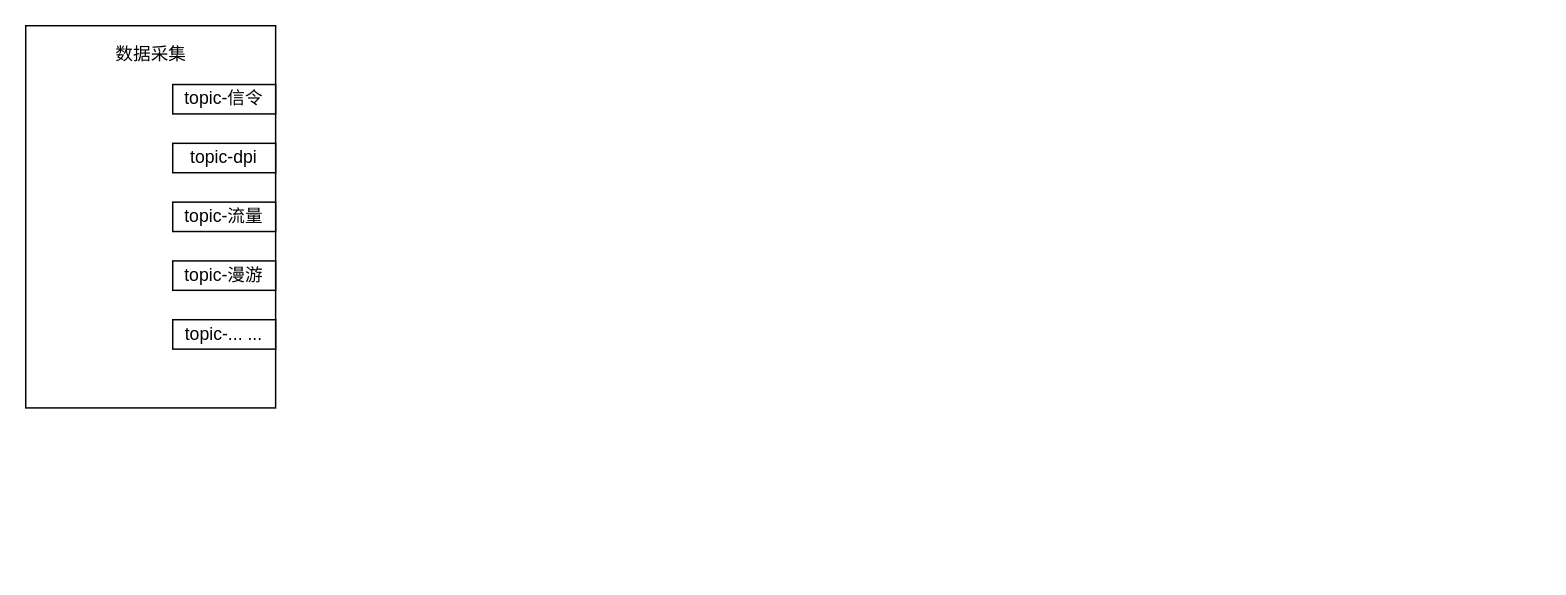
This is 事件中心.drawio from fengjj/webmarket0.1, a draw.io file, before an edit. Source tidied: cells renumbered, new cells numbered last; positions are measured from the earlier drawing's top-left corner, leaving out a move shared by most shapes. Both pictures are drawn from the tidied source at 147%, with x=0, y=0 at pixel (25, 25).
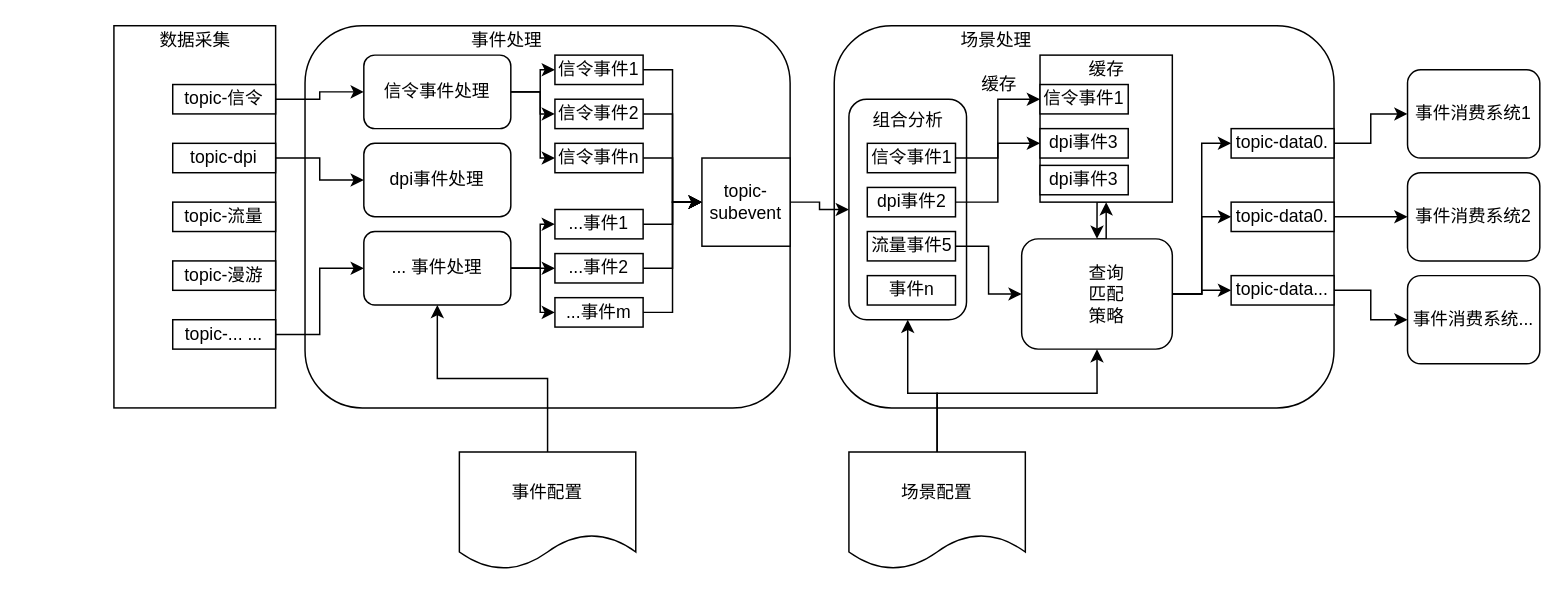
After the change.

The change refers to these unchanged cells:
```xml
<mxCell id="4" value="topic-信令" style="rounded=0;whiteSpace=wrap;html=1;" parent="1" vertex="1">
  <mxGeometry x="100" y="40" width="70" height="20" as="geometry" />
</mxCell>
<mxCell id="5" value="topic-dpi" style="rounded=0;whiteSpace=wrap;html=1;" parent="1" vertex="1">
  <mxGeometry x="100" y="80" width="70" height="20" as="geometry" />
</mxCell>
<mxCell id="8" value="topic-... ..." style="rounded=0;whiteSpace=wrap;html=1;" parent="1" vertex="1">
  <mxGeometry x="100" y="200" width="70" height="20" as="geometry" />
</mxCell>
```

What changed in the source:
```diff
@@
+    <mxCell id="9" style="rounded=1;whiteSpace=wrap;html=1;" parent="1" vertex="1">
+      <mxGeometry x="550" width="340" height="260" as="geometry" />
+    </mxCell>
+    <mxCell id="10" style="rounded=1;whiteSpace=wrap;html=1;" parent="1" vertex="1">
+      <mxGeometry x="190" width="330" height="260" as="geometry" />
+    </mxCell>
     <mxCell id="2" style="rounded=0;whiteSpace=wrap;html=1;" parent="1" vertex="1">
-      <mxGeometry width="170" height="260" as="geometry" />
+      <mxGeometry x="60" width="110" height="260" as="geometry" />
     </mxCell>
     <mxCell id="3" value="数据采集" style="text;html=1;strokeColor=none;fillColor=none;align=center;verticalAlign=middle;whiteSpace=wrap;rounded=0;" parent="1" vertex="1">
-      <mxGeometry x="57.5" y="10" width="55" height="20" as="geometry" />
+      <mxGeometry x="87.5" width="55" height="20" as="geometry" />
     </mxCell>
+    <mxCell id="11" style="edgeStyle=orthogonalEdgeStyle;rounded=0;jettySize=auto;html=1;exitX=1;exitY=0.5;exitDx=0;exitDy=0;entryX=0;entryY=0.5;entryDx=0;entryDy=0;" parent="1" edge="1" source="4" target="27">
+      <mxGeometry relative="1" as="geometry" />
+    </mxCell>
@@
+    <mxCell id="12" style="edgeStyle=orthogonalEdgeStyle;rounded=0;jettySize=auto;html=1;exitX=1;exitY=0.5;exitDx=0;exitDy=0;" parent="1" edge="1" source="5" target="28">
+      <mxGeometry relative="1" as="geometry" />
+    </mxCell>
@@
+    <mxCell id="13" style="edgeStyle=orthogonalEdgeStyle;rounded=0;jettySize=auto;html=1;exitX=1;exitY=0.5;exitDx=0;exitDy=0;entryX=0;entryY=0.5;entryDx=0;entryDy=0;" parent="1" edge="1" source="8" target="32">
+      <mxGeometry relative="1" as="geometry" />
+    </mxCell>
@@
+    <mxCell id="14" value="事件处理" style="text;html=1;strokeColor=none;fillColor=none;align=center;verticalAlign=middle;whiteSpace=wrap;rounded=0;" parent="1" vertex="1">
+      <mxGeometry x="300" width="55" height="20" as="geometry" />
+    </mxCell>
+    <mxCell id="15" value="事件消费系统1" style="rounded=1;whiteSpace=wrap;html=1;" parent="1" vertex="1">
+      <mxGeometry x="940" y="30" width="90" height="60" as="geometry" />
+    </mxCell>
+    <mxCell id="16" style="edgeStyle=orthogonalEdgeStyle;rounded=0;jettySize=auto;html=1;exitX=1;exitY=0.5;exitDx=0;exitDy=0;" parent="1" edge="1" source="17" target="15">
+      <mxGeometry relative="1" as="geometry" />
+    </mxCell>
+    <mxCell id="17" value="topic-data0." style="rounded=0;whiteSpace=wrap;html=1;" parent="1" vertex="1">
+      <mxGeometry x="820" y="70" width="70" height="20" as="geometry" />
+    </mxCell>
+    <mxCell id="18" style="edgeStyle=orthogonalEdgeStyle;rounded=0;jettySize=auto;html=1;exitX=1;exitY=0.5;exitDx=0;exitDy=0;entryX=0;entryY=0.5;entryDx=0;entryDy=0;" parent="1" edge="1" source="19" target="22">
+      <mxGeometry relative="1" as="geometry" />
+    </mxCell>
+    <mxCell id="19" value="topic-data0." style="rounded=0;whiteSpace=wrap;html=1;" parent="1" vertex="1">
+      <mxGeometry x="820" y="120" width="70" height="20" as="geometry" />
+    </mxCell>
+    <mxCell id="20" style="edgeStyle=orthogonalEdgeStyle;rounded=0;jettySize=auto;html=1;exitX=1;exitY=0.5;exitDx=0;exitDy=0;entryX=0;entryY=0.5;entryDx=0;entryDy=0;" parent="1" edge="1" source="21" target="23">
+      <mxGeometry relative="1" as="geometry" />
+    </mxCell>
+    <mxCell id="21" value="topic-data..." style="rounded=0;whiteSpace=wrap;html=1;" parent="1" vertex="1">
+      <mxGeometry x="820" y="170" width="70" height="20" as="geometry" />
+    </mxCell>
+    <mxCell id="22" value="事件消费系统2" style="rounded=1;whiteSpace=wrap;html=1;" parent="1" vertex="1">
+      <mxGeometry x="940" y="100" width="90" height="60" as="geometry" />
+    </mxCell>
+    <mxCell id="23" value="事件消费系统..." style="rounded=1;whiteSpace=wrap;html=1;" parent="1" vertex="1">
+      <mxGeometry x="940" y="170" width="90" height="60" as="geometry" />
+    </mxCell>
+    <mxCell id="24" style="edgeStyle=orthogonalEdgeStyle;rounded=0;jettySize=auto;html=1;exitX=1;exitY=0.5;exitDx=0;exitDy=0;" parent="1" edge="1" source="27" target="34">
+      <mxGeometry relative="1" as="geometry" />
+    </mxCell>
+    <mxCell id="25" style="edgeStyle=orthogonalEdgeStyle;rounded=0;jettySize=auto;html=1;exitX=1;exitY=0.5;exitDx=0;exitDy=0;" parent="1" edge="1" source="27" target="36">
+      <mxGeometry relative="1" as="geometry" />
+    </mxCell>
+    <mxCell id="26" style="edgeStyle=orthogonalEdgeStyle;rounded=0;jettySize=auto;html=1;exitX=1;exitY=0.5;exitDx=0;exitDy=0;entryX=0;entryY=0.5;entryDx=0;entryDy=0;" parent="1" edge="1" source="27" target="38">
+      <mxGeometry relative="1" as="geometry" />
+    </mxCell>
+    <mxCell id="27" value="信令事件处理" style="rounded=1;whiteSpace=wrap;html=1;" parent="1" vertex="1">
+      <mxGeometry x="230" y="20" width="100" height="50" as="geometry" />
+    </mxCell>
+    <mxCell id="28" value="dpi事件处理" style="rounded=1;whiteSpace=wrap;html=1;" parent="1" vertex="1">
+      <mxGeometry x="230" y="80" width="100" height="50" as="geometry" />
+    </mxCell>
+    <mxCell id="29" style="edgeStyle=orthogonalEdgeStyle;rounded=0;jettySize=auto;html=1;exitX=1;exitY=0.5;exitDx=0;exitDy=0;entryX=0;entryY=0.5;entryDx=0;entryDy=0;" parent="1" edge="1" source="32" target="42">
+      <mxGeometry relative="1" as="geometry" />
+    </mxCell>
+    <mxCell id="30" style="edgeStyle=orthogonalEdgeStyle;rounded=0;jettySize=auto;html=1;exitX=1;exitY=0.5;exitDx=0;exitDy=0;" parent="1" edge="1" source="32">
+      <mxGeometry relative="1" as="geometry">
+        <mxPoint x="360" y="165" as="targetPoint" />
+      </mxGeometry>
+    </mxCell>
+    <mxCell id="31" style="edgeStyle=orthogonalEdgeStyle;rounded=0;jettySize=auto;html=1;exitX=1;exitY=0.5;exitDx=0;exitDy=0;entryX=0;entryY=0.5;entryDx=0;entryDy=0;" parent="1" edge="1" source="32" target="46">
+      <mxGeometry relative="1" as="geometry" />
+    </mxCell>
+    <mxCell id="32" value="... 事件处理" style="rounded=1;whiteSpace=wrap;html=1;" parent="1" vertex="1">
+      <mxGeometry x="230" y="140" width="100" height="50" as="geometry" />
+    </mxCell>
+    <mxCell id="33" style="edgeStyle=orthogonalEdgeStyle;rounded=0;jettySize=auto;html=1;exitX=1;exitY=0.5;exitDx=0;exitDy=0;entryX=0;entryY=0.5;entryDx=0;entryDy=0;" parent="1" edge="1" source="34" target="40">
+      <mxGeometry relative="1" as="geometry" />
+    </mxCell>
+    <mxCell id="34" value="信令事件1" style="rounded=0;whiteSpace=wrap;html=1;" parent="1" vertex="1">
+      <mxGeometry x="360" y="20" width="60" height="20" as="geometry" />
+    </mxCell>
+    <mxCell id="35" style="edgeStyle=orthogonalEdgeStyle;rounded=0;jettySize=auto;html=1;exitX=1;exitY=0.5;exitDx=0;exitDy=0;entryX=0;entryY=0.5;entryDx=0;entryDy=0;" parent="1" edge="1" source="36" target="40">
+      <mxGeometry relative="1" as="geometry" />
+    </mxCell>
+    <mxCell id="36" value="信令事件2" style="rounded=0;whiteSpace=wrap;html=1;" parent="1" vertex="1">
+      <mxGeometry x="360" y="50" width="60" height="20" as="geometry" />
+    </mxCell>
+    <mxCell id="37" style="edgeStyle=orthogonalEdgeStyle;rounded=0;jettySize=auto;html=1;exitX=1;exitY=0.5;exitDx=0;exitDy=0;" parent="1" edge="1" source="38" target="40">
+      <mxGeometry relative="1" as="geometry" />
+    </mxCell>
+    <mxCell id="38" value="信令事件n" style="rounded=0;whiteSpace=wrap;html=1;" parent="1" vertex="1">
+      <mxGeometry x="360" y="80" width="60" height="20" as="geometry" />
+    </mxCell>
+    <mxCell id="39" style="edgeStyle=orthogonalEdgeStyle;rounded=0;jettySize=auto;html=1;exitX=1;exitY=0.5;exitDx=0;exitDy=0;" parent="1" edge="1" source="40" target="56">
+      <mxGeometry relative="1" as="geometry" />
+    </mxCell>
+    <mxCell id="40" value="topic-subevent" style="rounded=0;whiteSpace=wrap;html=1;" parent="1" vertex="1">
+      <mxGeometry x="460" y="90" width="60" height="60" as="geometry" />
+    </mxCell>
+    <mxCell id="41" style="edgeStyle=orthogonalEdgeStyle;rounded=0;jettySize=auto;html=1;exitX=1;exitY=0.5;exitDx=0;exitDy=0;entryX=0;entryY=0.5;entryDx=0;entryDy=0;" parent="1" edge="1" source="42" target="40">
+      <mxGeometry relative="1" as="geometry" />
+    </mxCell>
+    <mxCell id="42" value="...事件1" style="rounded=0;whiteSpace=wrap;html=1;" parent="1" vertex="1">
+      <mxGeometry x="360" y="125" width="60" height="20" as="geometry" />
+    </mxCell>
+    <mxCell id="43" style="edgeStyle=orthogonalEdgeStyle;rounded=0;jettySize=auto;html=1;exitX=1;exitY=0.5;exitDx=0;exitDy=0;entryX=0;entryY=0.5;entryDx=0;entryDy=0;" parent="1" edge="1" source="44" target="40">
+      <mxGeometry relative="1" as="geometry" />
+    </mxCell>
+    <mxCell id="44" value="...事件2" style="rounded=0;whiteSpace=wrap;html=1;" parent="1" vertex="1">
+      <mxGeometry x="360" y="155" width="60" height="20" as="geometry" />
+    </mxCell>
+    <mxCell id="45" style="edgeStyle=orthogonalEdgeStyle;rounded=0;jettySize=auto;html=1;exitX=1;exitY=0.5;exitDx=0;exitDy=0;entryX=0;entryY=0.5;entryDx=0;entryDy=0;" parent="1" edge="1" source="46" target="40">
+      <mxGeometry relative="1" as="geometry" />
+    </mxCell>
+    <mxCell id="46" value="...事件m" style="rounded=0;whiteSpace=wrap;html=1;" parent="1" vertex="1">
+      <mxGeometry x="360" y="185" width="60" height="20" as="geometry" />
+    </mxCell>
+    <mxCell id="47" value="场景处理" style="text;html=1;strokeColor=none;fillColor=none;align=center;verticalAlign=middle;whiteSpace=wrap;rounded=0;" parent="1" vertex="1">
+      <mxGeometry x="632.5" width="55" height="20" as="geometry" />
+    </mxCell>
+    <mxCell id="48" style="edgeStyle=orthogonalEdgeStyle;rounded=0;jettySize=auto;html=1;exitX=0.5;exitY=1;exitDx=0;exitDy=0;entryX=0.5;entryY=0;entryDx=0;entryDy=0;" parent="1" edge="1" source="49" target="70">
+      <mxGeometry relative="1" as="geometry" />
+    </mxCell>
+    <mxCell id="49" style="rounded=0;whiteSpace=wrap;html=1;" parent="1" vertex="1">
+      <mxGeometry x="690" y="20" width="90" height="100" as="geometry" />
+    </mxCell>
+    <mxCell id="50" value="缓存" style="text;html=1;strokeColor=none;fillColor=none;align=center;verticalAlign=middle;whiteSpace=wrap;rounded=0;" parent="1" vertex="1">
+      <mxGeometry x="707.5" y="20" width="55" height="20" as="geometry" />
+    </mxCell>
+    <mxCell id="51" value="信令事件1" style="rounded=0;whiteSpace=wrap;html=1;" parent="1" vertex="1">
+      <mxGeometry x="690" y="40" width="60" height="20" as="geometry" />
+    </mxCell>
+    <mxCell id="52" value="dpi事件3" style="rounded=0;whiteSpace=wrap;html=1;" parent="1" vertex="1">
+      <mxGeometry x="690" y="70" width="60" height="20" as="geometry" />
+    </mxCell>
+    <mxCell id="53" style="edgeStyle=orthogonalEdgeStyle;rounded=0;jettySize=auto;html=1;exitX=0.5;exitY=0;exitDx=0;exitDy=0;entryX=0.5;entryY=1;entryDx=0;entryDy=0;" parent="1" edge="1" source="55" target="56">
+      <mxGeometry relative="1" as="geometry">
+        <Array as="points">
+          <mxPoint x="620" y="250" />
+          <mxPoint x="600" y="250" />
+        </Array>
+      </mxGeometry>
+    </mxCell>
+    <mxCell id="54" style="edgeStyle=orthogonalEdgeStyle;rounded=0;jettySize=auto;html=1;exitX=0.5;exitY=0;exitDx=0;exitDy=0;entryX=0.5;entryY=1;entryDx=0;entryDy=0;" parent="1" edge="1" source="55" target="70">
+      <mxGeometry relative="1" as="geometry">
+        <Array as="points">
+          <mxPoint x="620" y="250" />
+          <mxPoint x="729" y="250" />
+        </Array>
+      </mxGeometry>
+    </mxCell>
+    <mxCell id="55" value="场景配置" style="shape=document;whiteSpace=wrap;html=1;boundedLbl=1;" parent="1" vertex="1">
+      <mxGeometry x="560" y="290" width="120" height="80" as="geometry" />
+    </mxCell>
+    <mxCell id="56" style="rounded=1;whiteSpace=wrap;html=1;" parent="1" vertex="1">
+      <mxGeometry x="560" y="50" width="80" height="150" as="geometry" />
+    </mxCell>
+    <mxCell id="57" value="组合分析" style="text;html=1;strokeColor=none;fillColor=none;align=center;verticalAlign=middle;whiteSpace=wrap;rounded=0;" parent="1" vertex="1">
+      <mxGeometry x="572.5" y="55" width="55" height="20" as="geometry" />
+    </mxCell>
+    <mxCell id="58" style="edgeStyle=orthogonalEdgeStyle;rounded=0;jettySize=auto;html=1;exitX=1;exitY=0.5;exitDx=0;exitDy=0;entryX=0;entryY=0.5;entryDx=0;entryDy=0;" parent="1" edge="1" source="59" target="51">
+      <mxGeometry relative="1" as="geometry" />
+    </mxCell>
+    <mxCell id="59" value="信令事件1" style="rounded=0;whiteSpace=wrap;html=1;" parent="1" vertex="1">
+      <mxGeometry x="572.5" y="80" width="60" height="20" as="geometry" />
+    </mxCell>
+    <mxCell id="60" style="edgeStyle=orthogonalEdgeStyle;rounded=0;jettySize=auto;html=1;exitX=1;exitY=0.5;exitDx=0;exitDy=0;entryX=0;entryY=0.5;entryDx=0;entryDy=0;" parent="1" edge="1" source="61" target="52">
+      <mxGeometry relative="1" as="geometry" />
+    </mxCell>
+    <mxCell id="61" value="dpi事件2" style="rounded=0;whiteSpace=wrap;html=1;" parent="1" vertex="1">
+      <mxGeometry x="572.5" y="110" width="60" height="20" as="geometry" />
+    </mxCell>
+    <mxCell id="62" style="edgeStyle=orthogonalEdgeStyle;rounded=0;jettySize=auto;html=1;exitX=1;exitY=0.5;exitDx=0;exitDy=0;" parent="1" edge="1" source="63" target="70">
+      <mxGeometry relative="1" as="geometry" />
+    </mxCell>
+    <mxCell id="63" value="流量事件5" style="rounded=0;whiteSpace=wrap;html=1;" parent="1" vertex="1">
+      <mxGeometry x="572.5" y="140" width="60" height="20" as="geometry" />
+    </mxCell>
+    <mxCell id="64" value="事件n" style="rounded=0;whiteSpace=wrap;html=1;" parent="1" vertex="1">
+      <mxGeometry x="572.5" y="170" width="60" height="20" as="geometry" />
+    </mxCell>
+    <mxCell id="65" value="缓存" style="text;html=1;strokeColor=none;fillColor=none;align=center;verticalAlign=middle;whiteSpace=wrap;rounded=0;" parent="1" vertex="1">
+      <mxGeometry x="635" y="30" width="55" height="20" as="geometry" />
+    </mxCell>
+    <mxCell id="66" style="edgeStyle=orthogonalEdgeStyle;rounded=0;jettySize=auto;html=1;exitX=0.5;exitY=0;exitDx=0;exitDy=0;entryX=0.5;entryY=1;entryDx=0;entryDy=0;" parent="1" edge="1" source="70" target="49">
+      <mxGeometry relative="1" as="geometry" />
+    </mxCell>
+    <mxCell id="67" style="edgeStyle=orthogonalEdgeStyle;rounded=0;jettySize=auto;html=1;exitX=1;exitY=0.5;exitDx=0;exitDy=0;entryX=0;entryY=0.5;entryDx=0;entryDy=0;" parent="1" edge="1" source="70" target="21">
+      <mxGeometry relative="1" as="geometry" />
+    </mxCell>
+    <mxCell id="68" style="edgeStyle=orthogonalEdgeStyle;rounded=0;jettySize=auto;html=1;exitX=1;exitY=0.5;exitDx=0;exitDy=0;entryX=0;entryY=0.5;entryDx=0;entryDy=0;" parent="1" edge="1" source="70" target="19">
+      <mxGeometry relative="1" as="geometry" />
+    </mxCell>
+    <mxCell id="69" style="edgeStyle=orthogonalEdgeStyle;rounded=0;jettySize=auto;html=1;exitX=1;exitY=0.5;exitDx=0;exitDy=0;entryX=0;entryY=0.5;entryDx=0;entryDy=0;" parent="1" edge="1" source="70" target="17">
+      <mxGeometry relative="1" as="geometry" />
+    </mxCell>
+    <mxCell id="70" style="rounded=1;whiteSpace=wrap;html=1;" parent="1" vertex="1">
+      <mxGeometry x="677.5" y="145" width="102.5" height="75" as="geometry" />
+    </mxCell>
+    <mxCell id="71" value="查询&lt;br&gt;匹配&lt;br&gt;策略" style="text;html=1;strokeColor=none;fillColor=none;align=center;verticalAlign=middle;whiteSpace=wrap;rounded=0;" parent="1" vertex="1">
+      <mxGeometry x="710.6" y="157.5" width="48.8" height="50" as="geometry" />
+    </mxCell>
+    <mxCell id="72" style="edgeStyle=orthogonalEdgeStyle;rounded=0;jettySize=auto;html=1;exitX=0.5;exitY=0;exitDx=0;exitDy=0;entryX=0.5;entryY=1;entryDx=0;entryDy=0;" parent="1" edge="1" source="73" target="32">
+      <mxGeometry relative="1" as="geometry" />
+    </mxCell>
+    <mxCell id="73" value="事件配置" style="shape=document;whiteSpace=wrap;html=1;boundedLbl=1;" parent="1" vertex="1">
+      <mxGeometry x="295" y="290" width="120" height="80" as="geometry" />
+    </mxCell>
+    <mxCell id="74" value="dpi事件3" style="rounded=0;whiteSpace=wrap;html=1;" parent="1" vertex="1">
+      <mxGeometry x="690" y="95" width="60" height="20" as="geometry" />
+    </mxCell>
```
